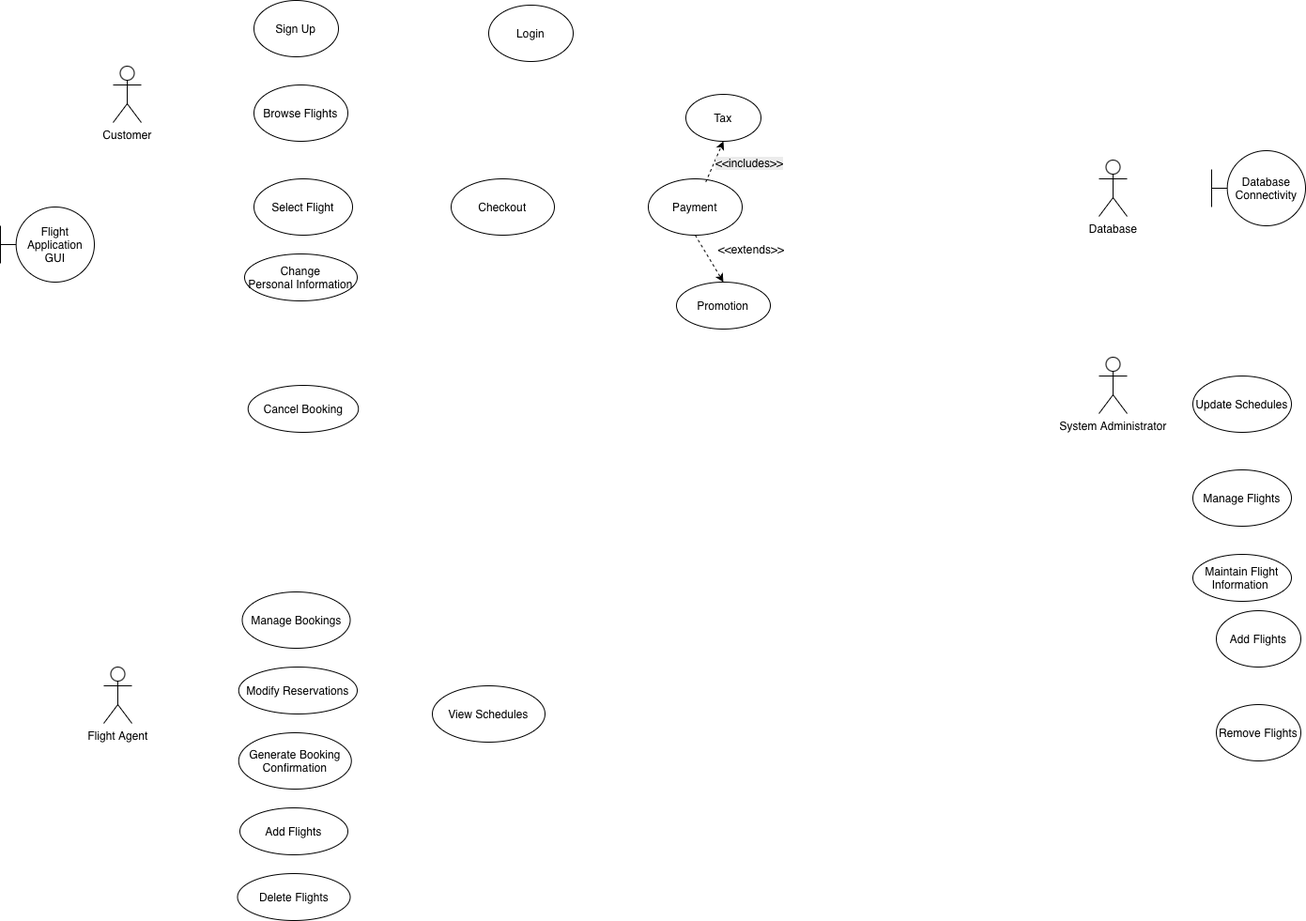
The draw.io diagram SystemUseCaseDiagram.drawio.png in aditi-j25/ENSF_480_Term_project, before a commit. Source tidied: cells renumbered, new cells last; positions are measured from the earlier drawing's top-left corner, leaving out a move shared by most shapes.
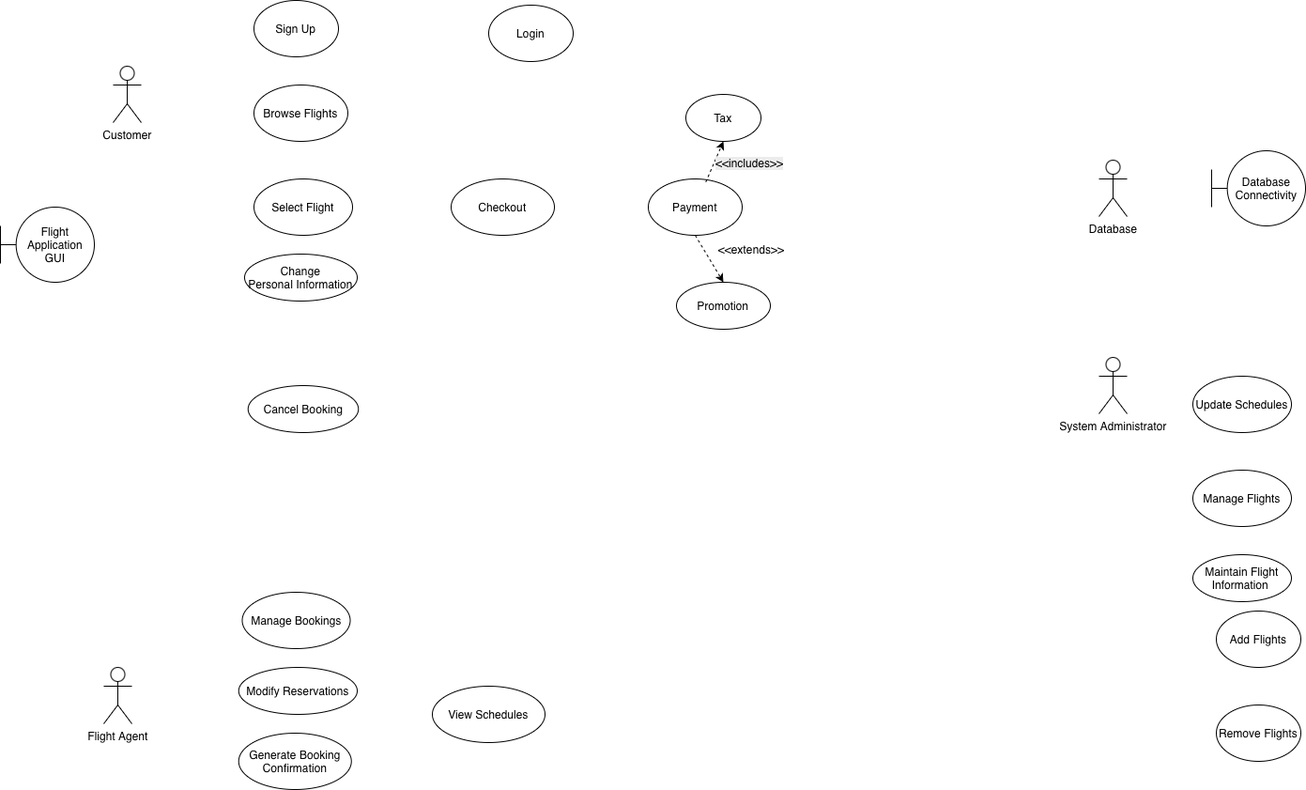
After the change.

What changed in the source:
```diff
@@ -71,15 +71,9 @@
     <mxCell id="24" value="Modify Reservations" style="ellipse;whiteSpace=wrap;html=1;" parent="1" vertex="1">
       <mxGeometry x="253.8" y="710" width="126.2" height="50" as="geometry" />
     </mxCell>
-    <mxCell id="25" value="Add Flights" style="ellipse;whiteSpace=wrap;html=1;" parent="1" vertex="1">
-      <mxGeometry x="255" y="860" width="115" height="50" as="geometry" />
-    </mxCell>
     <mxCell id="26" value="View Schedules" style="ellipse;whiteSpace=wrap;html=1;" parent="1" vertex="1">
       <mxGeometry x="460" y="730" width="120" height="60" as="geometry" />
     </mxCell>
-    <mxCell id="27" value="Delete Flights" style="ellipse;whiteSpace=wrap;html=1;" parent="1" vertex="1">
-      <mxGeometry x="252.5" y="930" width="120" height="50" as="geometry" />
-    </mxCell>
     <mxCell id="28" style="endArrow=classic;html=1;rounded=0;entryX=0.5;entryY=1;entryDx=0;entryDy=0;exitX=0.612;exitY=0.057;exitDx=0;exitDy=0;dashed=1;exitPerimeter=0;" parent="1" edge="1" source="12" target="20">
       <mxGeometry relative="1" as="geometry" />
     </mxCell>
```
